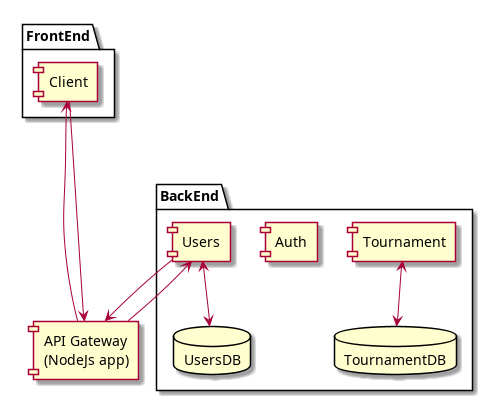
This is docs/architecture.png from 42tiama/ft_transcendence, a PlantUML export, as it was before one commit. Its source is kept beside it as docs/architecture.puml.
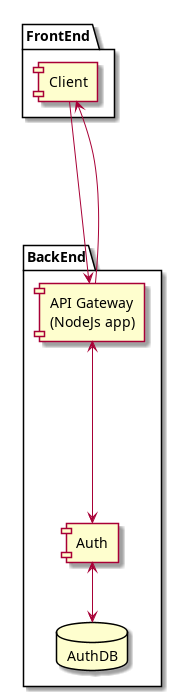
The same diagram one commit later.

Change to the diagram source:
```diff
@@ -5,24 +5,19 @@
 	component [Client]
 }
 
-component [API Gateway\n(NodeJs app)] as AG
 
 package BackEnd {
-	component [Users]
-	database UsersDB
+	component [API Gateway\n(NodeJs app)] as AG
 
 	component [Auth]
+	database AuthDB
 
-	component [Tournament]
-	database TournamentDB
 }
 
 Client --down--> AG
 AG --> Client
-AG --down--> Users
-Users --> AG
+AG <--down--> Auth
 
-Users <--> UsersDB
-Tournament <--> TournamentDB
+Auth <--> AuthDB
 
 @enduml
```
